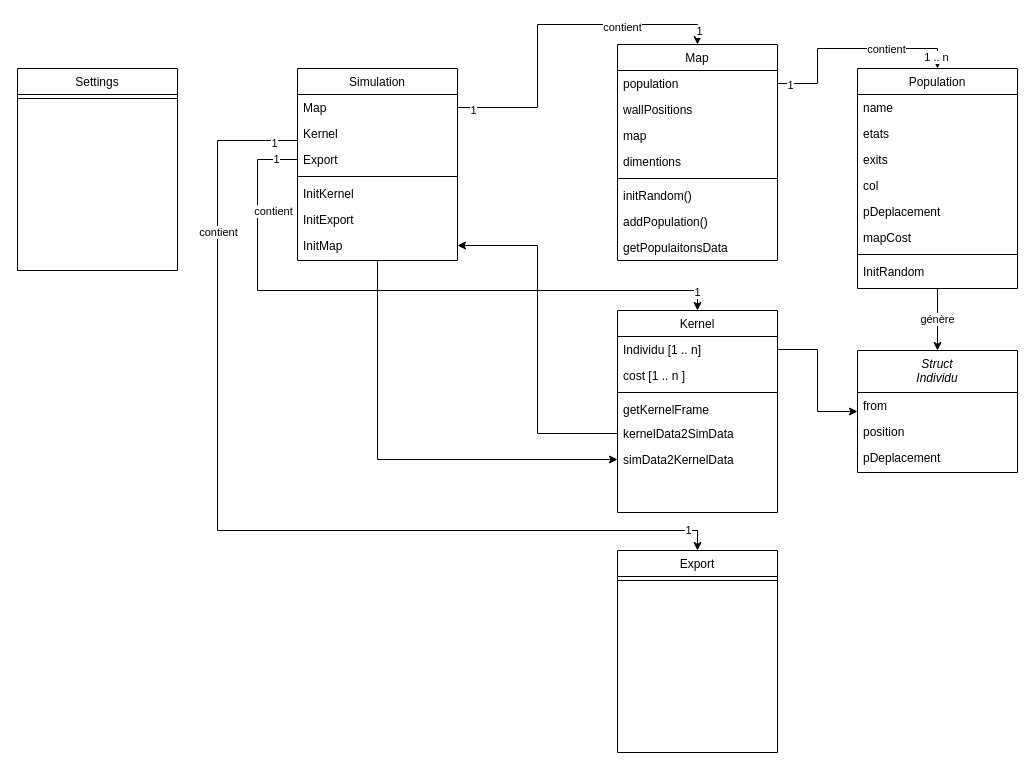
This is markdown/content/digramULM.drawio from pastekaztekastor/Crowd-Simulation, a draw.io file, before an edit. Source tidied: cells renumbered, new cells numbered last; positions are measured from the earlier drawing's top-left corner, leaving out a move shared by most shapes. Both pictures are drawn from the tidied source at 100%, with x=0, y=0 at pixel (17, 44).
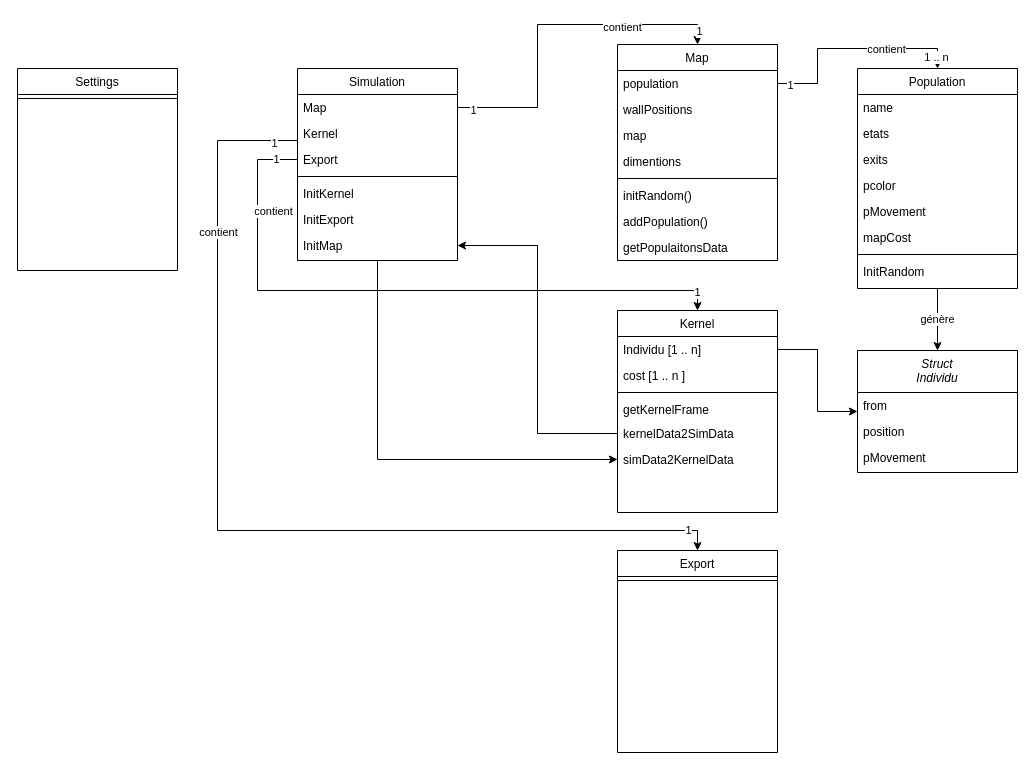
After the change.

The change refers to these unchanged cells:
```xml
<mxCell id="3" value="Population" style="swimlane;fontStyle=0;align=center;verticalAlign=top;horizontal=1;startSize=26;rounded=0;shadow=0;strokeWidth=1;" parent="1" vertex="1">
  <mxGeometry x="840" y="24" width="160" height="220" as="geometry" />
</mxCell>
<mxCell id="56" value="Struct&#10;Individu" style="swimlane;fontStyle=2;align=center;verticalAlign=top;horizontal=1;startSize=42;rounded=0;shadow=0;strokeWidth=1;" parent="1" vertex="1">
  <mxGeometry x="840" y="306" width="160" height="122" as="geometry" />
</mxCell>
```

The edit, as a diff of the source:
```diff
@@
-    <mxCell id="7" value="col" style="text;align=left;verticalAlign=top;spacingLeft=4;spacingRight=4;overflow=hidden;rounded=0;shadow=0;html=0;" parent="3" vertex="1">
+    <mxCell id="7" value="pcolor" style="text;align=left;verticalAlign=top;spacingLeft=4;spacingRight=4;overflow=hidden;rounded=0;shadow=0;html=0;" parent="3" vertex="1">
       <mxGeometry y="104" width="160" height="26" as="geometry" />
     </mxCell>
-    <mxCell id="8" value="pDeplacement" style="text;align=left;verticalAlign=top;spacingLeft=4;spacingRight=4;overflow=hidden;rounded=0;shadow=0;html=0;" parent="3" vertex="1">
+    <mxCell id="8" value="pMovement" style="text;align=left;verticalAlign=top;spacingLeft=4;spacingRight=4;overflow=hidden;rounded=0;shadow=0;html=0;" parent="3" vertex="1">
       <mxGeometry y="130" width="160" height="26" as="geometry" />
     </mxCell>
@@
-    <mxCell id="59" value="pDeplacement" style="text;align=left;verticalAlign=top;spacingLeft=4;spacingRight=4;overflow=hidden;rounded=0;shadow=0;html=0;" parent="56" vertex="1">
+    <mxCell id="59" value="pMovement" style="text;align=left;verticalAlign=top;spacingLeft=4;spacingRight=4;overflow=hidden;rounded=0;shadow=0;html=0;" parent="56" vertex="1">
       <mxGeometry y="94" width="160" height="26" as="geometry" />
     </mxCell>
```
